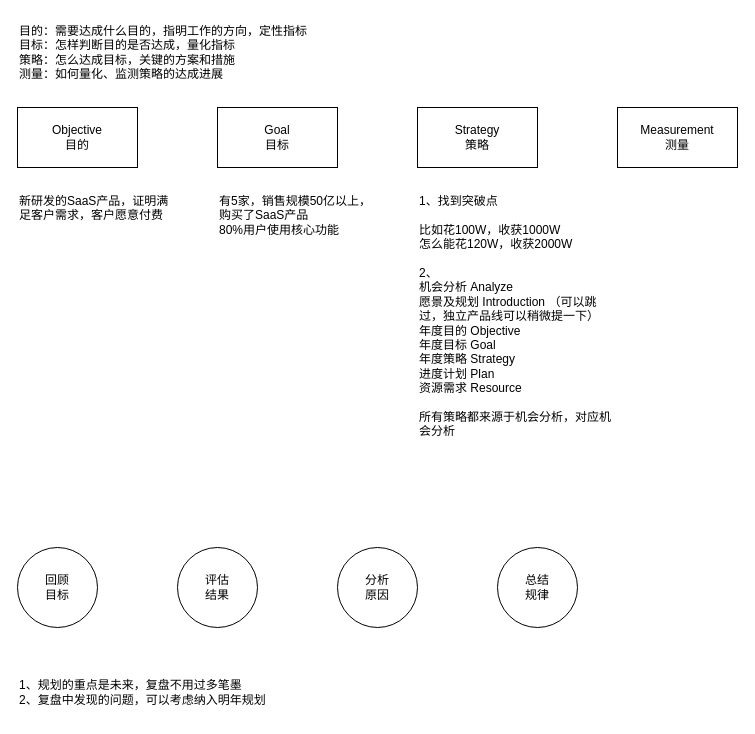
This is LLSI/产品规划方法.drawio from 0573xieguojia/To-program, a draw.io file, before an edit. Source tidied: cells renumbered, new cells numbered last; positions are measured from the earlier drawing's top-left corner, leaving out a move shared by most shapes. Both pictures are drawn from the tidied source at 100%, with x=0, y=0 at pixel (17, 17).
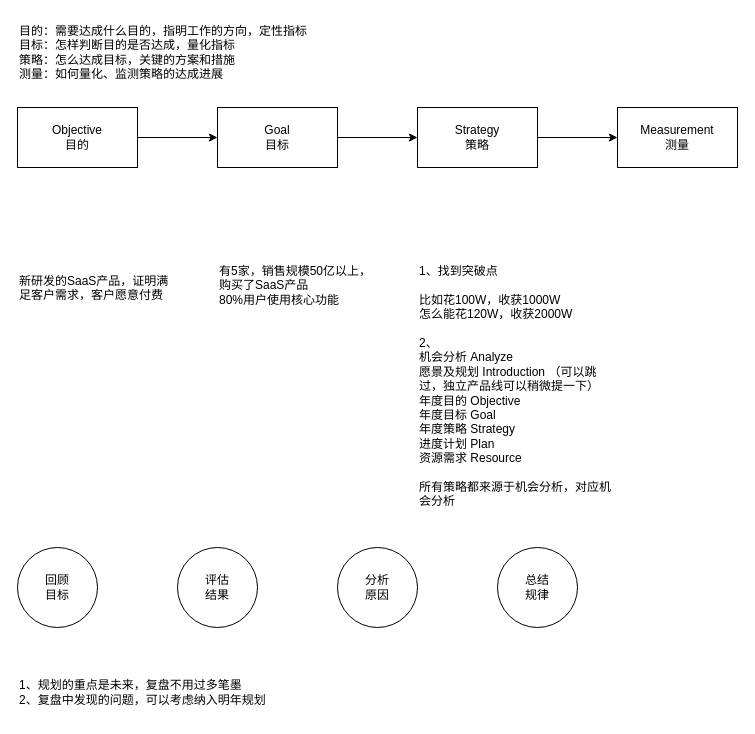
After the change.

Commit message:
更新产品规划方法.drawio

Diff of the diagram source:
```diff
@@
 <mxGraphModel>
   <root>
     <mxCell id="0" />
     <mxCell id="1" parent="0" />
+    <mxCell id="15" style="edgeStyle=orthogonalEdgeStyle;rounded=0;jettySize=auto;html=1;exitX=1;exitY=0.5;exitDx=0;exitDy=0;entryX=0;entryY=0.5;entryDx=0;entryDy=0;" parent="1" edge="1" source="2" target="3">
+      <mxGeometry relative="1" as="geometry" />
+    </mxCell>
     <mxCell id="2" value="Objective&lt;br&gt;目的" style="rounded=0;whiteSpace=wrap;html=1;" parent="1" vertex="1">
       <mxGeometry y="90" width="120" height="60" as="geometry" />
     </mxCell>
+    <mxCell id="16" style="edgeStyle=orthogonalEdgeStyle;rounded=0;jettySize=auto;html=1;exitX=1;exitY=0.5;exitDx=0;exitDy=0;entryX=0;entryY=0.5;entryDx=0;entryDy=0;" parent="1" edge="1" source="3" target="4">
+      <mxGeometry relative="1" as="geometry" />
+    </mxCell>
     <mxCell id="3" value="Goal&lt;br&gt;目标" style="rounded=0;whiteSpace=wrap;html=1;" parent="1" vertex="1">
       <mxGeometry x="200" y="90" width="120" height="60" as="geometry" />
     </mxCell>
+    <mxCell id="17" style="edgeStyle=orthogonalEdgeStyle;rounded=0;jettySize=auto;html=1;exitX=1;exitY=0.5;exitDx=0;exitDy=0;entryX=0;entryY=0.5;entryDx=0;entryDy=0;" parent="1" edge="1" source="4" target="5">
+      <mxGeometry relative="1" as="geometry" />
+    </mxCell>
     <mxCell id="4" value="Strategy&lt;br&gt;策略" style="rounded=0;whiteSpace=wrap;html=1;" parent="1" vertex="1">
       <mxGeometry x="400" y="90" width="120" height="60" as="geometry" />
     </mxCell>
     <mxCell id="5" value="Measurement&lt;br&gt;测量" style="rounded=0;whiteSpace=wrap;html=1;" parent="1" vertex="1">
       <mxGeometry x="600" y="90" width="120" height="60" as="geometry" />
     </mxCell>
     <mxCell id="6" value="有5家，销售规模50亿以上，购买了SaaS产品&lt;br&gt;80%用户使用核心功能" style="text;html=1;strokeColor=none;fillColor=none;align=left;verticalAlign=top;whiteSpace=wrap;rounded=0;" parent="1" vertex="1">
-      <mxGeometry x="200" y="170" width="160" height="50" as="geometry" />
+      <mxGeometry x="200" y="240" width="160" height="50" as="geometry" />
     </mxCell>
     <mxCell id="7" value="目的：需要达成什么目的，指明工作的方向，定性指标&lt;br&gt;目标：怎样判断目的是否达成，量化指标&lt;br&gt;策略：怎么达成目标，关键的方案和措施&lt;br&gt;测量：如何量化、监测策略的达成进展" style="text;html=1;strokeColor=none;fillColor=none;align=left;verticalAlign=middle;whiteSpace=wrap;rounded=0;" parent="1" vertex="1">
       <mxGeometry width="300" height="70" as="geometry" />
     </mxCell>
     <mxCell id="8" value="新研发的SaaS产品，证明满足客户需求，客户愿意付费" style="text;html=1;strokeColor=none;fillColor=none;align=left;verticalAlign=top;whiteSpace=wrap;rounded=0;" parent="1" vertex="1">
-      <mxGeometry y="170" width="160" height="50" as="geometry" />
+      <mxGeometry y="250" width="160" height="50" as="geometry" />
     </mxCell>
     <mxCell id="9" value="1、找到突破点&lt;br&gt;&lt;br&gt;比如花100W，收获1000W&lt;br&gt;怎么能花120W，收获2000W&lt;br&gt;&lt;br&gt;2、&lt;br&gt;机会分析 Analyze&lt;br&gt;愿景及规划 Introduction （可以跳过，独立产品线可以稍微提一下）&lt;br&gt;年度目的 Objective&lt;br&gt;年度目标 Goal&lt;br&gt;年度策略 Strategy&lt;br&gt;进度计划 Plan&lt;br&gt;资源需求 Resource&lt;br&gt;&lt;br&gt;所有策略都来源于机会分析，对应机会分析" style="text;html=1;strokeColor=none;fillColor=none;align=left;verticalAlign=top;whiteSpace=wrap;rounded=0;" parent="1" vertex="1">
-      <mxGeometry x="400" y="170" width="200" height="280" as="geometry" />
+      <mxGeometry x="400" y="240" width="200" height="280" as="geometry" />
     </mxCell>
     <mxCell id="10" value="回顾&lt;br&gt;目标" style="ellipse;whiteSpace=wrap;html=1;" parent="1" vertex="1">
       <mxGeometry y="530" width="80" height="80" as="geometry" />
     </mxCell>
     <mxCell id="11" value="评估&lt;br&gt;结果" style="ellipse;whiteSpace=wrap;html=1;" parent="1" vertex="1">
       <mxGeometry x="160" y="530" width="80" height="80" as="geometry" />
     </mxCell>
     <mxCell id="12" value="分析&lt;br&gt;原因" style="ellipse;whiteSpace=wrap;html=1;" parent="1" vertex="1">
       <mxGeometry x="320" y="530" width="80" height="80" as="geometry" />
     </mxCell>
     <mxCell id="13" value="总结&lt;br&gt;规律" style="ellipse;whiteSpace=wrap;html=1;" parent="1" vertex="1">
       <mxGeometry x="480" y="530" width="80" height="80" as="geometry" />
     </mxCell>
     <mxCell id="14" value="1、规划的重点是未来，复盘不用过多笔墨&lt;br&gt;2、复盘中发现的问题，可以考虑纳入明年规划" style="text;html=1;strokeColor=none;fillColor=none;align=left;verticalAlign=middle;whiteSpace=wrap;rounded=0;" parent="1" vertex="1">
       <mxGeometry y="650" width="260" height="50" as="geometry" />
     </mxCell>
   </root>
 </mxGraphModel>
```
